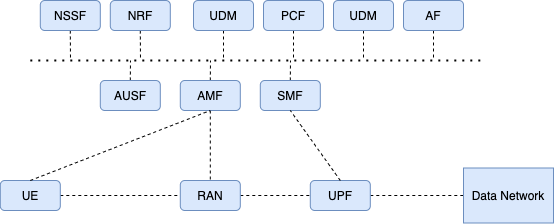
jufabeck2202/5G-Edge-Cloud-Architektur keeps this draw.io diagram as images/ServiceBased5g.png. Above is the earlier version. Source tidied: cells renumbered, new cells last; positions are measured from the earlier drawing's top-left corner, leaving out a move shared by most shapes. The source it was exported from:
```xml
<mxGraphModel>
  <root>
    <mxCell id="0" />
    <mxCell id="1" parent="0" />
    <mxCell id="2" style="edgeStyle=orthogonalEdgeStyle;rounded=0;jettySize=auto;html=1;exitX=0.5;exitY=1;exitDx=0;exitDy=0;endArrow=none;endFill=0;dashed=1;" parent="1" edge="1" source="3">
      <mxGeometry relative="1" as="geometry">
        <mxPoint x="70" y="60" as="targetPoint" />
      </mxGeometry>
    </mxCell>
    <mxCell id="3" value="NSSF" style="rounded=1;whiteSpace=wrap;html=1;fillColor=#dae8fc;strokeColor=#6c8ebf;" parent="1" vertex="1">
      <mxGeometry x="39.8" width="60" height="30" as="geometry" />
    </mxCell>
    <mxCell id="4" style="edgeStyle=orthogonalEdgeStyle;rounded=0;jettySize=auto;html=1;exitX=0.5;exitY=0;exitDx=0;exitDy=0;dashed=1;endArrow=none;endFill=0;" parent="1" edge="1" source="5">
      <mxGeometry relative="1" as="geometry">
        <mxPoint x="130" y="60" as="targetPoint" />
      </mxGeometry>
    </mxCell>
    <mxCell id="5" value="AUSF" style="rounded=1;whiteSpace=wrap;html=1;fillColor=#dae8fc;strokeColor=#6c8ebf;" parent="1" vertex="1">
      <mxGeometry x="99.8" y="80" width="60" height="30" as="geometry" />
    </mxCell>
    <mxCell id="6" style="edgeStyle=orthogonalEdgeStyle;rounded=0;jettySize=auto;html=1;exitX=0.5;exitY=0;exitDx=0;exitDy=0;dashed=1;endArrow=none;endFill=0;" parent="1" edge="1" source="7">
      <mxGeometry relative="1" as="geometry">
        <mxPoint x="290" y="60" as="targetPoint" />
      </mxGeometry>
    </mxCell>
    <mxCell id="7" value="SMF" style="rounded=1;whiteSpace=wrap;html=1;fillColor=#dae8fc;strokeColor=#6c8ebf;" parent="1" vertex="1">
      <mxGeometry x="259.8" y="80" width="60" height="30" as="geometry" />
    </mxCell>
    <mxCell id="8" style="edgeStyle=orthogonalEdgeStyle;rounded=0;jettySize=auto;html=1;exitX=0.5;exitY=0;exitDx=0;exitDy=0;dashed=1;endArrow=none;endFill=0;" parent="1" edge="1" source="10">
      <mxGeometry relative="1" as="geometry">
        <mxPoint x="210" y="60" as="targetPoint" />
      </mxGeometry>
    </mxCell>
    <mxCell id="9" style="edgeStyle=orthogonalEdgeStyle;rounded=0;jettySize=auto;html=1;exitX=0.5;exitY=1;exitDx=0;exitDy=0;entryX=0.5;entryY=0;entryDx=0;entryDy=0;dashed=1;endArrow=none;endFill=0;" parent="1" edge="1" source="10" target="26">
      <mxGeometry relative="1" as="geometry" />
    </mxCell>
    <mxCell id="10" value="AMF" style="rounded=1;whiteSpace=wrap;html=1;fillColor=#dae8fc;strokeColor=#6c8ebf;" parent="1" vertex="1">
      <mxGeometry x="179.8" y="80" width="60" height="30" as="geometry" />
    </mxCell>
    <mxCell id="11" style="edgeStyle=orthogonalEdgeStyle;rounded=0;jettySize=auto;html=1;exitX=0.5;exitY=1;exitDx=0;exitDy=0;dashed=1;endArrow=none;endFill=0;" parent="1" edge="1" source="12">
      <mxGeometry relative="1" as="geometry">
        <mxPoint x="223" y="60" as="targetPoint" />
      </mxGeometry>
    </mxCell>
    <mxCell id="12" value="UDM" style="rounded=1;whiteSpace=wrap;html=1;fillColor=#dae8fc;strokeColor=#6c8ebf;" parent="1" vertex="1">
      <mxGeometry x="193" width="60" height="30" as="geometry" />
    </mxCell>
    <mxCell id="13" style="edgeStyle=orthogonalEdgeStyle;rounded=0;jettySize=auto;html=1;exitX=0.5;exitY=1;exitDx=0;exitDy=0;dashed=1;endArrow=none;endFill=0;" parent="1" edge="1" source="14">
      <mxGeometry relative="1" as="geometry">
        <mxPoint x="140" y="60" as="targetPoint" />
      </mxGeometry>
    </mxCell>
    <mxCell id="14" value="NRF" style="rounded=1;whiteSpace=wrap;html=1;fillColor=#dae8fc;strokeColor=#6c8ebf;" parent="1" vertex="1">
      <mxGeometry x="109.8" width="60" height="30" as="geometry" />
    </mxCell>
    <mxCell id="15" style="endArrow=none;dashed=1;html=1;dashPattern=1 3;strokeWidth=2;" parent="1" edge="1">
      <mxGeometry relative="1" as="geometry">
        <mxPoint x="29.8" y="60" as="sourcePoint" />
        <mxPoint x="483" y="60" as="targetPoint" />
      </mxGeometry>
    </mxCell>
    <mxCell id="16" style="edgeStyle=orthogonalEdgeStyle;rounded=0;jettySize=auto;html=1;exitX=1;exitY=0.5;exitDx=0;exitDy=0;entryX=0;entryY=0.5;entryDx=0;entryDy=0;dashed=1;endArrow=none;endFill=0;" parent="1" edge="1" source="17" target="18">
      <mxGeometry relative="1" as="geometry" />
    </mxCell>
    <mxCell id="17" value="UPF" style="rounded=1;whiteSpace=wrap;html=1;fillColor=#dae8fc;strokeColor=#6c8ebf;" parent="1" vertex="1">
      <mxGeometry x="309.8" y="180" width="60" height="30" as="geometry" />
    </mxCell>
    <mxCell id="18" value="Data Network" style="rounded=0;whiteSpace=wrap;html=1;fillColor=#dae8fc;strokeColor=#6c8ebf;" parent="1" vertex="1">
      <mxGeometry x="463" y="167.5" width="90" height="55" as="geometry" />
    </mxCell>
    <mxCell id="19" style="edgeStyle=orthogonalEdgeStyle;rounded=0;jettySize=auto;html=1;exitX=0.5;exitY=1;exitDx=0;exitDy=0;dashed=1;endArrow=none;endFill=0;" parent="1" edge="1" source="20">
      <mxGeometry relative="1" as="geometry">
        <mxPoint x="293" y="60" as="targetPoint" />
      </mxGeometry>
    </mxCell>
    <mxCell id="20" value="PCF" style="rounded=1;whiteSpace=wrap;html=1;fillColor=#dae8fc;strokeColor=#6c8ebf;" parent="1" vertex="1">
      <mxGeometry x="263" width="60" height="30" as="geometry" />
    </mxCell>
    <mxCell id="21" style="edgeStyle=orthogonalEdgeStyle;rounded=0;jettySize=auto;html=1;exitX=0.5;exitY=1;exitDx=0;exitDy=0;dashed=1;endArrow=none;endFill=0;" parent="1" edge="1" source="22">
      <mxGeometry relative="1" as="geometry">
        <mxPoint x="363" y="60" as="targetPoint" />
      </mxGeometry>
    </mxCell>
    <mxCell id="22" value="UDM" style="rounded=1;whiteSpace=wrap;html=1;fillColor=#dae8fc;strokeColor=#6c8ebf;" parent="1" vertex="1">
      <mxGeometry x="333" width="60" height="30" as="geometry" />
    </mxCell>
    <mxCell id="23" style="edgeStyle=orthogonalEdgeStyle;rounded=0;jettySize=auto;html=1;exitX=0.5;exitY=1;exitDx=0;exitDy=0;dashed=1;endArrow=none;endFill=0;" parent="1" edge="1" source="24">
      <mxGeometry relative="1" as="geometry">
        <mxPoint x="433" y="60" as="targetPoint" />
      </mxGeometry>
    </mxCell>
    <mxCell id="24" value="AF" style="rounded=1;whiteSpace=wrap;html=1;fillColor=#dae8fc;strokeColor=#6c8ebf;" parent="1" vertex="1">
      <mxGeometry x="403" width="60" height="30" as="geometry" />
    </mxCell>
    <mxCell id="25" style="edgeStyle=orthogonalEdgeStyle;rounded=0;jettySize=auto;html=1;exitX=1;exitY=0.5;exitDx=0;exitDy=0;entryX=0;entryY=0.5;entryDx=0;entryDy=0;dashed=1;endArrow=none;endFill=0;" parent="1" edge="1" source="26" target="17">
      <mxGeometry relative="1" as="geometry" />
    </mxCell>
    <mxCell id="26" value="RAN" style="rounded=1;whiteSpace=wrap;html=1;fillColor=#dae8fc;strokeColor=#6c8ebf;" parent="1" vertex="1">
      <mxGeometry x="179.8" y="180" width="60" height="30" as="geometry" />
    </mxCell>
    <mxCell id="27" style="edgeStyle=orthogonalEdgeStyle;rounded=0;jettySize=auto;html=1;exitX=1;exitY=0.5;exitDx=0;exitDy=0;entryX=0;entryY=0.5;entryDx=0;entryDy=0;dashed=1;endArrow=none;endFill=0;" parent="1" edge="1" source="28" target="26">
      <mxGeometry relative="1" as="geometry" />
    </mxCell>
    <mxCell id="28" value="UE" style="rounded=1;whiteSpace=wrap;html=1;fillColor=#dae8fc;strokeColor=#6c8ebf;" parent="1" vertex="1">
      <mxGeometry x="-0.2" y="180" width="60" height="30" as="geometry" />
    </mxCell>
    <mxCell id="29" style="endArrow=none;dashed=1;html=1;exitX=0.5;exitY=0;exitDx=0;exitDy=0;entryX=0.5;entryY=1;entryDx=0;entryDy=0;" parent="1" edge="1" source="28" target="10">
      <mxGeometry relative="1" as="geometry" />
    </mxCell>
    <mxCell id="30" style="endArrow=none;dashed=1;html=1;exitX=0.5;exitY=0;exitDx=0;exitDy=0;" parent="1" edge="1" source="17">
      <mxGeometry relative="1" as="geometry">
        <mxPoint x="289.8" y="110" as="targetPoint" />
      </mxGeometry>
    </mxCell>
  </root>
</mxGraphModel>
```
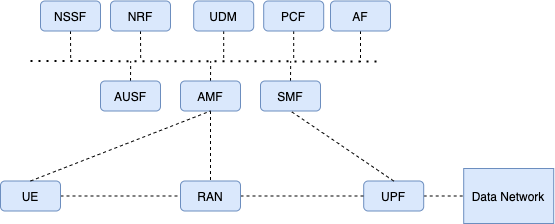
After the change.

What changed in the source:
```diff
@@ -31,7 +31,7 @@
         <mxPoint x="210" y="60" as="targetPoint" />
       </mxGeometry>
     </mxCell>
-    <mxCell id="9" style="edgeStyle=orthogonalEdgeStyle;rounded=0;jettySize=auto;html=1;exitX=0.5;exitY=1;exitDx=0;exitDy=0;entryX=0.5;entryY=0;entryDx=0;entryDy=0;dashed=1;endArrow=none;endFill=0;" parent="1" edge="1" source="10" target="26">
+    <mxCell id="9" style="edgeStyle=orthogonalEdgeStyle;rounded=0;jettySize=auto;html=1;exitX=0.5;exitY=1;exitDx=0;exitDy=0;entryX=0.5;entryY=0;entryDx=0;entryDy=0;dashed=1;endArrow=none;endFill=0;" parent="1" edge="1" source="10" target="24">
       <mxGeometry relative="1" as="geometry" />
     </mxCell>
     <mxCell id="10" value="AMF" style="rounded=1;whiteSpace=wrap;html=1;fillColor=#dae8fc;strokeColor=#6c8ebf;" parent="1" vertex="1">
@@ -56,14 +56,14 @@
     <mxCell id="15" style="endArrow=none;dashed=1;html=1;dashPattern=1 3;strokeWidth=2;" parent="1" edge="1">
       <mxGeometry relative="1" as="geometry">
         <mxPoint x="29.8" y="60" as="sourcePoint" />
-        <mxPoint x="483" y="60" as="targetPoint" />
+        <mxPoint x="379.8" y="60.5" as="targetPoint" />
       </mxGeometry>
     </mxCell>
     <mxCell id="16" style="edgeStyle=orthogonalEdgeStyle;rounded=0;jettySize=auto;html=1;exitX=1;exitY=0.5;exitDx=0;exitDy=0;entryX=0;entryY=0.5;entryDx=0;entryDy=0;dashed=1;endArrow=none;endFill=0;" parent="1" edge="1" source="17" target="18">
       <mxGeometry relative="1" as="geometry" />
     </mxCell>
     <mxCell id="17" value="UPF" style="rounded=1;whiteSpace=wrap;html=1;fillColor=#dae8fc;strokeColor=#6c8ebf;" parent="1" vertex="1">
-      <mxGeometry x="309.8" y="180" width="60" height="30" as="geometry" />
+      <mxGeometry x="363" y="180" width="60" height="30" as="geometry" />
     </mxCell>
     <mxCell id="18" value="Data Network" style="rounded=0;whiteSpace=wrap;html=1;fillColor=#dae8fc;strokeColor=#6c8ebf;" parent="1" vertex="1">
       <mxGeometry x="463" y="167.5" width="90" height="55" as="geometry" />
@@ -78,39 +78,31 @@
     </mxCell>
     <mxCell id="21" style="edgeStyle=orthogonalEdgeStyle;rounded=0;jettySize=auto;html=1;exitX=0.5;exitY=1;exitDx=0;exitDy=0;dashed=1;endArrow=none;endFill=0;" parent="1" edge="1" source="22">
       <mxGeometry relative="1" as="geometry">
-        <mxPoint x="363" y="60" as="targetPoint" />
+        <mxPoint x="359.8" y="60.5" as="targetPoint" />
       </mxGeometry>
     </mxCell>
-    <mxCell id="22" value="UDM" style="rounded=1;whiteSpace=wrap;html=1;fillColor=#dae8fc;strokeColor=#6c8ebf;" parent="1" vertex="1">
-      <mxGeometry x="333" width="60" height="30" as="geometry" />
+    <mxCell id="22" value="AF" style="rounded=1;whiteSpace=wrap;html=1;fillColor=#dae8fc;strokeColor=#6c8ebf;" parent="1" vertex="1">
+      <mxGeometry x="329.8" width="60" height="30" as="geometry" />
     </mxCell>
-    <mxCell id="23" style="edgeStyle=orthogonalEdgeStyle;rounded=0;jettySize=auto;html=1;exitX=0.5;exitY=1;exitDx=0;exitDy=0;dashed=1;endArrow=none;endFill=0;" parent="1" edge="1" source="24">
-      <mxGeometry relative="1" as="geometry">
-        <mxPoint x="433" y="60" as="targetPoint" />
-      </mxGeometry>
+    <mxCell id="23" style="edgeStyle=orthogonalEdgeStyle;rounded=0;jettySize=auto;html=1;exitX=1;exitY=0.5;exitDx=0;exitDy=0;entryX=0;entryY=0.5;entryDx=0;entryDy=0;dashed=1;endArrow=none;endFill=0;" parent="1" edge="1" source="24" target="17">
+      <mxGeometry relative="1" as="geometry" />
     </mxCell>
-    <mxCell id="24" value="AF" style="rounded=1;whiteSpace=wrap;html=1;fillColor=#dae8fc;strokeColor=#6c8ebf;" parent="1" vertex="1">
-      <mxGeometry x="403" width="60" height="30" as="geometry" />
+    <mxCell id="24" value="RAN" style="rounded=1;whiteSpace=wrap;html=1;fillColor=#dae8fc;strokeColor=#6c8ebf;" parent="1" vertex="1">
+      <mxGeometry x="179.8" y="180" width="60" height="30" as="geometry" />
     </mxCell>
-    <mxCell id="25" style="edgeStyle=orthogonalEdgeStyle;rounded=0;jettySize=auto;html=1;exitX=1;exitY=0.5;exitDx=0;exitDy=0;entryX=0;entryY=0.5;entryDx=0;entryDy=0;dashed=1;endArrow=none;endFill=0;" parent="1" edge="1" source="26" target="17">
+    <mxCell id="25" style="edgeStyle=orthogonalEdgeStyle;rounded=0;jettySize=auto;html=1;exitX=1;exitY=0.5;exitDx=0;exitDy=0;entryX=0;entryY=0.5;entryDx=0;entryDy=0;dashed=1;endArrow=none;endFill=0;" parent="1" edge="1" source="26" target="24">
       <mxGeometry relative="1" as="geometry" />
     </mxCell>
-    <mxCell id="26" value="RAN" style="rounded=1;whiteSpace=wrap;html=1;fillColor=#dae8fc;strokeColor=#6c8ebf;" parent="1" vertex="1">
-      <mxGeometry x="179.8" y="180" width="60" height="30" as="geometry" />
+    <mxCell id="26" value="UE" style="rounded=1;whiteSpace=wrap;html=1;fillColor=#dae8fc;strokeColor=#6c8ebf;" parent="1" vertex="1">
+      <mxGeometry x="-0.2" y="180" width="60" height="30" as="geometry" />
     </mxCell>
-    <mxCell id="27" style="edgeStyle=orthogonalEdgeStyle;rounded=0;jettySize=auto;html=1;exitX=1;exitY=0.5;exitDx=0;exitDy=0;entryX=0;entryY=0.5;entryDx=0;entryDy=0;dashed=1;endArrow=none;endFill=0;" parent="1" edge="1" source="28" target="26">
+    <mxCell id="27" style="endArrow=none;dashed=1;html=1;exitX=0.5;exitY=0;exitDx=0;exitDy=0;entryX=0.5;entryY=1;entryDx=0;entryDy=0;" parent="1" edge="1" source="26" target="10">
       <mxGeometry relative="1" as="geometry" />
     </mxCell>
-    <mxCell id="28" value="UE" style="rounded=1;whiteSpace=wrap;html=1;fillColor=#dae8fc;strokeColor=#6c8ebf;" parent="1" vertex="1">
-      <mxGeometry x="-0.2" y="180" width="60" height="30" as="geometry" />
+    <mxCell id="28" style="endArrow=none;dashed=1;html=1;exitX=0.5;exitY=0;exitDx=0;exitDy=0;" parent="1" edge="1" source="17">
+      <mxGeometry relative="1" as="geometry">
+        <mxPoint x="289.8" y="110" as="targetPoint" />
+      </mxGeometry>
     </mxCell>
-    <mxCell id="29" style="endArrow=none;dashed=1;html=1;exitX=0.5;exitY=0;exitDx=0;exitDy=0;entryX=0.5;entryY=1;entryDx=0;entryDy=0;" parent="1" edge="1" source="28" target="10">
-      <mxGeometry relative="1" as="geometry" />
-    </mxCell>
-    <mxCell id="30" style="endArrow=none;dashed=1;html=1;exitX=0.5;exitY=0;exitDx=0;exitDy=0;" parent="1" edge="1" source="17">
-      <mxGeometry relative="1" as="geometry">
-        <mxPoint x="289.8" y="110" as="targetPoint" />
-      </mxGeometry>
-    </mxCell>
   </root>
 </mxGraphModel>
```
